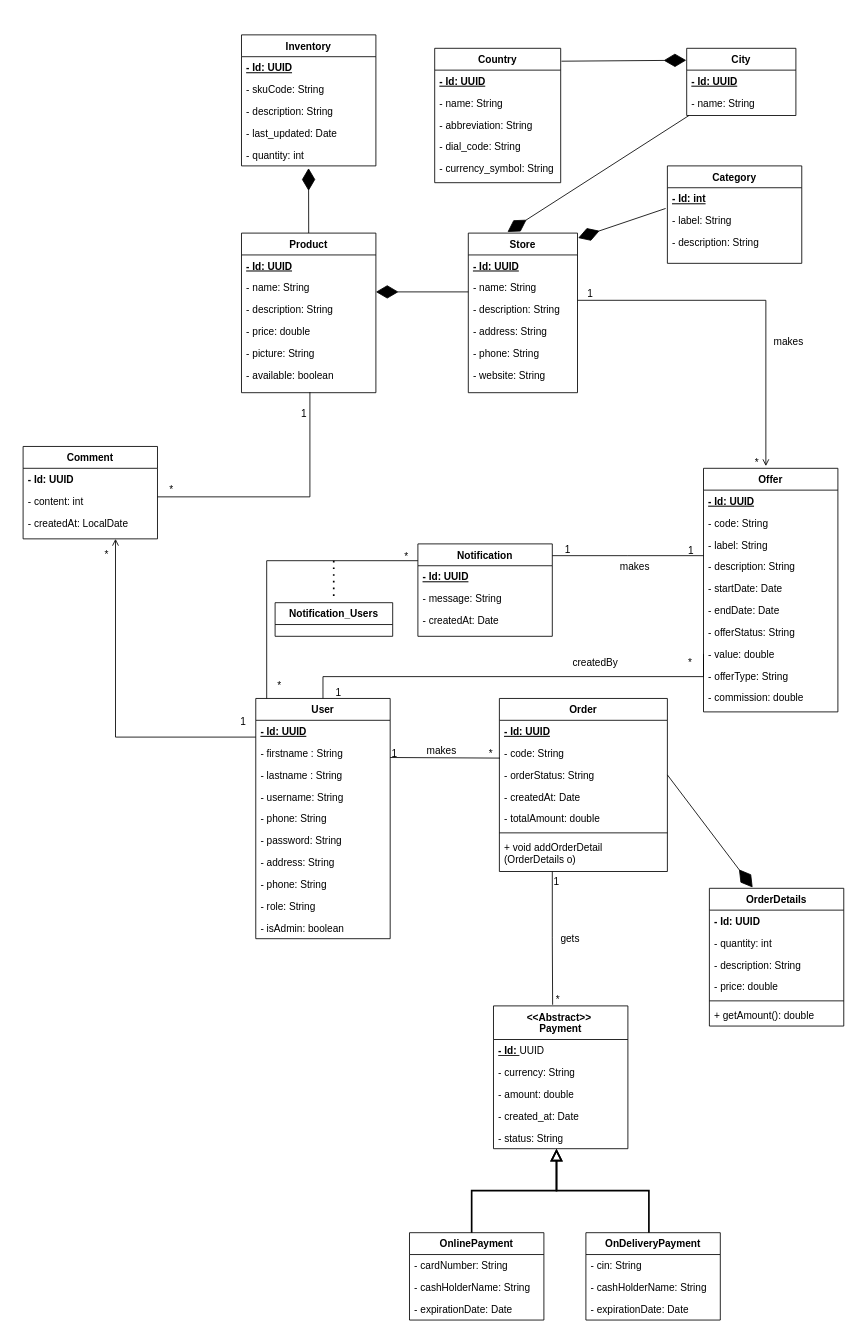
Before: circuit_store.drawio in amine-elarass49/angular_doc, a draw.io diagram. Source tidied: cells renumbered, new cells numbered last; positions are measured from the earlier drawing's top-left corner, leaving out a move shared by most shapes. Both pictures are drawn from the tidied source at 84%, with x=0, y=0 at pixel (23, 34).
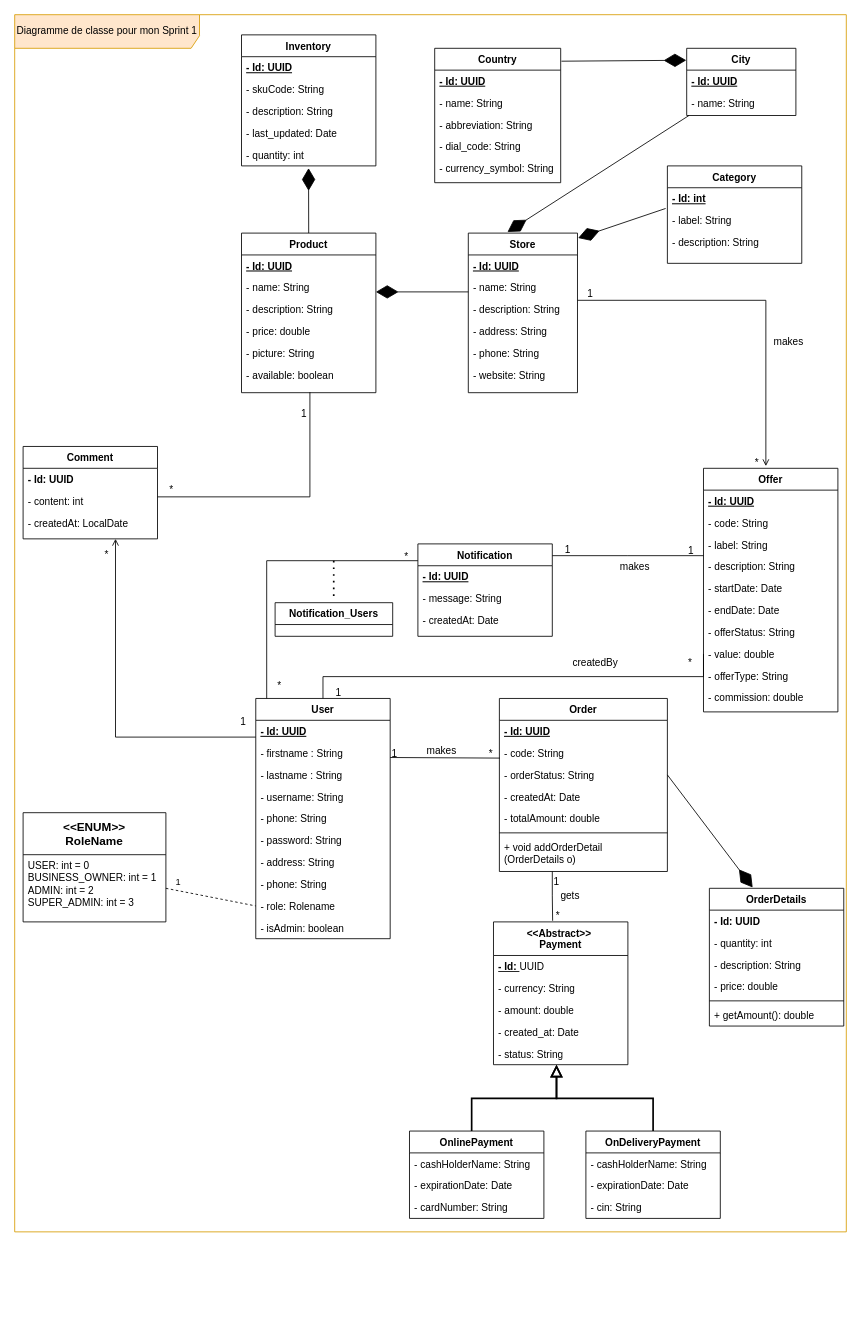
The same diagram, later.

The change refers to these unchanged cells:
```xml
<mxCell id="44" value="User" style="swimlane;fontStyle=1;align=center;verticalAlign=top;horizontal=1;startSize=26;rounded=0;shadow=0;strokeWidth=1;" parent="1" vertex="1">
  <mxGeometry x="277" y="790" width="160" height="286" as="geometry" />
</mxCell>
<mxCell id="94" style="endArrow=none;shadow=0;strokeWidth=1;rounded=0;curved=0;endFill=0;edgeStyle=elbowEdgeStyle;elbow=vertical;entryX=0.44;entryY=-0.008;entryDx=0;entryDy=0;entryPerimeter=0;" parent="1" edge="1" target="60">
  <mxGeometry x="0.5" y="41" relative="1" as="geometry">
    <mxPoint x="630" y="996" as="sourcePoint" />
    <mxPoint x="-40" y="32" as="offset" />
  </mxGeometry>
</mxCell>
```

Diff of the diagram source:
```diff
@@
-    <mxCell id="53" value="- role: String" style="text;align=left;verticalAlign=top;spacingLeft=4;spacingRight=4;overflow=hidden;points=[[0,0.5],[1,0.5]];portConstraint=eastwest;" parent="44" vertex="1">
+    <mxCell id="53" value="- role: Rolename" style="text;align=left;verticalAlign=top;spacingLeft=4;spacingRight=4;overflow=hidden;points=[[0,0.5],[1,0.5]];portConstraint=eastwest;" parent="44" vertex="1">
       <mxGeometry y="234" width="160" height="26" as="geometry" />
     </mxCell>
@@
     <mxCell id="60" value="&lt;div&gt;&amp;lt;&amp;lt;Abstract&amp;gt;&amp;gt;&amp;nbsp;&lt;/div&gt;&lt;div&gt;Payment&lt;/div&gt;" style="swimlane;fontStyle=1;align=center;verticalAlign=top;horizontal=1;startSize=40;whiteSpace=wrap;html=1;" parent="1" vertex="1">
-      <mxGeometry x="560" y="1156" width="160" height="170" as="geometry" />
+      <mxGeometry x="560" y="1056" width="160" height="170" as="geometry" />
     </mxCell>
@@
     <mxCell id="66" value="OnlinePayment" style="swimlane;fontStyle=1;align=center;verticalAlign=top;horizontal=1;startSize=26;whiteSpace=wrap;html=1;" parent="1" vertex="1">
-      <mxGeometry x="460" y="1426" width="160" height="104" as="geometry" />
+      <mxGeometry x="460" y="1305" width="160" height="104" as="geometry" />
     </mxCell>
-    <mxCell id="67" value="- cardNumber: String" style="text;strokeColor=none;fillColor=none;align=left;verticalAlign=top;spacingLeft=4;spacingRight=4;overflow=hidden;whiteSpace=wrap;html=1;" parent="66" vertex="1">
-      <mxGeometry y="26" width="160" height="26" as="geometry" />
-    </mxCell>
     <mxCell id="68" value="- cashHolderName: String" style="text;strokeColor=none;fillColor=none;align=left;verticalAlign=top;spacingLeft=4;spacingRight=4;overflow=hidden;whiteSpace=wrap;html=1;" parent="66" vertex="1">
-      <mxGeometry y="52" width="160" height="26" as="geometry" />
+      <mxGeometry y="26" width="160" height="26" as="geometry" />
     </mxCell>
     <mxCell id="69" value="- expirationDate: Date" style="text;strokeColor=none;fillColor=none;align=left;verticalAlign=top;spacingLeft=4;spacingRight=4;overflow=hidden;whiteSpace=wrap;html=1;" parent="66" vertex="1">
-      <mxGeometry y="78" width="160" height="26" as="geometry" />
+      <mxGeometry y="52" width="160" height="26" as="geometry" />
     </mxCell>
+    <mxCell id="67" value="- cardNumber: String" style="text;strokeColor=none;fillColor=none;align=left;verticalAlign=top;spacingLeft=4;spacingRight=4;overflow=hidden;whiteSpace=wrap;html=1;" parent="66" vertex="1">
+      <mxGeometry y="78" width="160" height="26" as="geometry" />
+    </mxCell>
     <mxCell id="70" value="OnDeliveryPayment" style="swimlane;fontStyle=1;align=center;verticalAlign=top;horizontal=1;startSize=26;whiteSpace=wrap;html=1;" parent="1" vertex="1">
-      <mxGeometry x="670" y="1426" width="160" height="104" as="geometry" />
+      <mxGeometry x="670" y="1305" width="160" height="104" as="geometry" />
     </mxCell>
-    <mxCell id="71" value="- cin: String" style="text;strokeColor=none;fillColor=none;align=left;verticalAlign=top;spacingLeft=4;spacingRight=4;overflow=hidden;whiteSpace=wrap;html=1;" parent="70" vertex="1">
-      <mxGeometry y="26" width="160" height="26" as="geometry" />
-    </mxCell>
     <mxCell id="72" value="- cashHolderName: String" style="text;strokeColor=none;fillColor=none;align=left;verticalAlign=top;spacingLeft=4;spacingRight=4;overflow=hidden;whiteSpace=wrap;html=1;" parent="70" vertex="1">
-      <mxGeometry y="52" width="160" height="26" as="geometry" />
+      <mxGeometry y="26" width="160" height="26" as="geometry" />
     </mxCell>
     <mxCell id="73" value="-&amp;nbsp;expirationDate: Date" style="text;strokeColor=none;fillColor=none;align=left;verticalAlign=top;spacingLeft=4;spacingRight=4;overflow=hidden;whiteSpace=wrap;html=1;" parent="70" vertex="1">
-      <mxGeometry y="78" width="160" height="26" as="geometry" />
+      <mxGeometry y="52" width="160" height="26" as="geometry" />
     </mxCell>
+    <mxCell id="71" value="- cin: String" style="text;strokeColor=none;fillColor=none;align=left;verticalAlign=top;spacingLeft=4;spacingRight=4;overflow=hidden;whiteSpace=wrap;html=1;" parent="70" vertex="1">
+      <mxGeometry y="78" width="160" height="26" as="geometry" />
+    </mxCell>
     <mxCell id="74" style="endArrow=block;endSize=10;endFill=0;shadow=0;strokeWidth=2;rounded=0;curved=0;edgeStyle=elbowEdgeStyle;elbow=vertical;" parent="1" edge="1">
       <mxGeometry relative="1" as="geometry">
-        <mxPoint x="534" y="1426" as="sourcePoint" />
-        <mxPoint x="635" y="1326" as="targetPoint" />
+        <mxPoint x="534" y="1305" as="sourcePoint" />
+        <mxPoint x="635" y="1226" as="targetPoint" />
       </mxGeometry>
     </mxCell>
     <mxCell id="75" style="endArrow=block;endSize=10;endFill=0;shadow=0;strokeWidth=2;rounded=0;curved=0;edgeStyle=elbowEdgeStyle;elbow=vertical;" parent="1" edge="1">
       <mxGeometry relative="1" as="geometry">
-        <mxPoint x="745" y="1426" as="sourcePoint" />
-        <mxPoint x="635" y="1326" as="targetPoint" />
+        <mxPoint x="750" y="1305" as="sourcePoint" />
+        <mxPoint x="635" y="1226" as="targetPoint" />
       </mxGeometry>
     </mxCell>
@@
     <mxCell id="97" value="gets" style="text;html=1;align=center;verticalAlign=middle;labelBackgroundColor=none;rounded=0;shadow=0;strokeWidth=1;fontSize=12;" parent="94" vertex="1">
       <mxGeometry x="0.5" y="49" relative="1" as="geometry">
-        <mxPoint x="-29" y="-39" as="offset" />
+        <mxPoint x="-29" y="-15" as="offset" />
       </mxGeometry>
     </mxCell>
@@
+    <mxCell id="133" value="&lt;&lt;ENUM&gt;&gt;&#10;RoleName" style="swimlane;horizontal=1;startSize=50;rounded=0;fontSize=14;fontStyle=1;strokeWidth=1;shadow=0;dashed=0;align=center;arcSize=4;swimlaneLine=1;" parent="1" vertex="1">
+      <mxGeometry y="926" width="170" height="130" as="geometry" />
+    </mxCell>
+    <mxCell id="134" value="&lt;div&gt;USER&lt;span style=&quot;background-color: initial;&quot;&gt;: int = 0&lt;/span&gt;&lt;/div&gt;&lt;div&gt;&lt;div&gt;BUSINESS_OWNER&lt;span style=&quot;background-color: initial;&quot;&gt;: int = 1&lt;br&gt;&lt;/span&gt;&lt;/div&gt;&lt;/div&gt;&lt;div&gt;ADMIN&lt;span style=&quot;background-color: initial;&quot;&gt;: int = 2&lt;br&gt;&lt;/span&gt;&lt;/div&gt;&lt;div&gt;SUPER_ADMIN: int = 3&lt;br&gt;&lt;/div&gt;" style="align=left;strokeColor=none;fillColor=none;spacingLeft=4;fontSize=12;verticalAlign=top;html=1;" parent="133" vertex="1">
+      <mxGeometry y="50" width="170" height="80" as="geometry" />
+    </mxCell>
+    <mxCell id="135" style="endArrow=none;endFill=0;html=1;align=left;verticalAlign=top;rounded=0;dashed=1;entryX=0;entryY=0.5;entryDx=0;entryDy=0;exitX=1;exitY=0.5;exitDx=0;exitDy=0;" parent="1" edge="1" source="134" target="53">
+      <mxGeometry x="-1" relative="1" as="geometry" />
+    </mxCell>
+    <mxCell id="136" value="1" style="edgeLabel;html=1;align=left;verticalAlign=bottom;" parent="135" vertex="1">
+      <mxGeometry x="-1" relative="1" as="geometry">
+        <mxPoint x="10" as="offset" />
+      </mxGeometry>
+    </mxCell>
+    <mxCell id="137" value="&lt;div&gt;Diagramme de classe pour mon Sprint 1&lt;/div&gt;" style="shape=umlFrame;whiteSpace=wrap;html=1;width=220;height=40;fillColor=#ffe6cc;strokeColor=#d79b00;" parent="1" vertex="1">
+      <mxGeometry x="-10" y="-24" width="990" height="1449" as="geometry" />
+    </mxCell>
```
